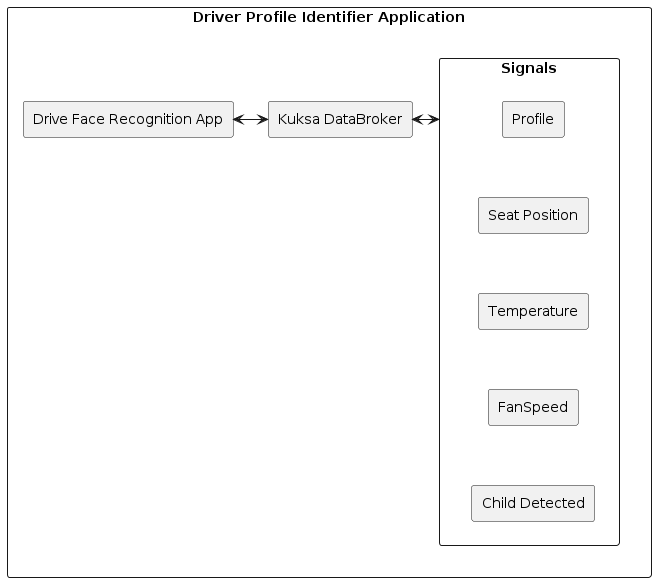
SherinJasper1506/beg_sdv_hackathon keeps this PlantUML diagram as python_sdv/doc/Sdv Driver profile Application.png. Above is the earlier version. Its diagram source:
```plantuml
@startuml Sdv Driver profile Application

rectangle "Driver Profile Identifier Application"{

    rectangle "Drive Face Recognition App" as driver_identifier_app
    rectangle "Kuksa DataBroker" as DataBroker
    rectangle "Signals"{
        rectangle "Profile" as DriverName
        rectangle "Seat Position" as SeatPosition
        rectangle "Temperature" as Temperature
        rectangle "FanSpeed" as FanSpeed
        rectangle "Child Detected" as ChildDetected

        SeatPosition -[hidden]up-> DriverName
        Temperature -[hidden]up-> SeatPosition
        FanSpeed -[hidden]up-> Temperature
        ChildDetected -[hidden]up-> FanSpeed

    }

    driver_identifier_app <-right-> DataBroker
    DataBroker <-right-> Signals
}

@enduml
```
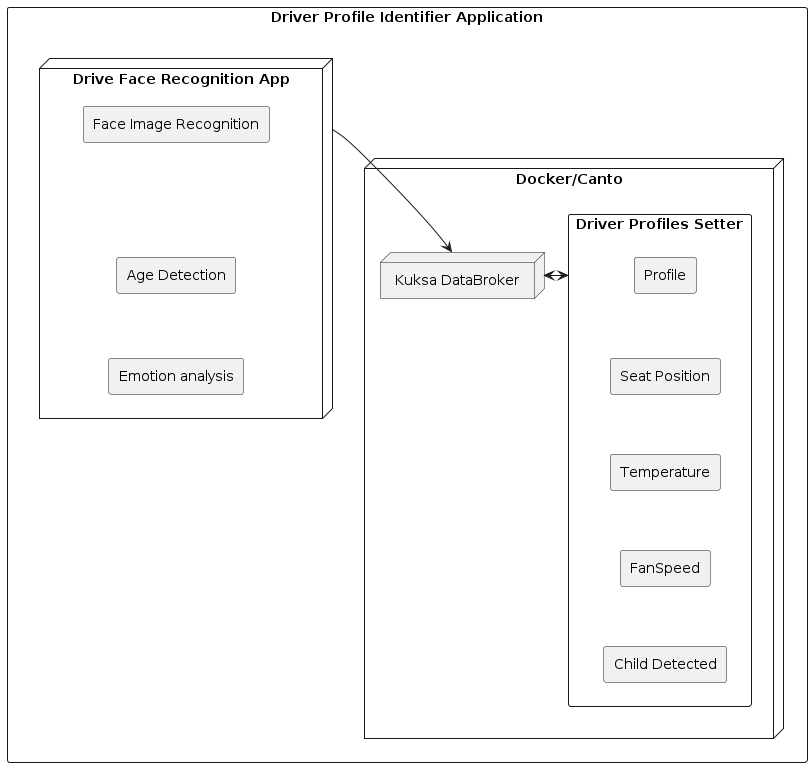
The same file after the commit.

Change to the diagram source:
```diff
@@ -1,25 +1,45 @@
 @startuml Sdv Driver profile Application
+
+skinparam SequenceMessageAlignment center
 
 rectangle "Driver Profile Identifier Application"{
 
-    rectangle "Drive Face Recognition App" as driver_identifier_app
-    rectangle "Kuksa DataBroker" as DataBroker
-    rectangle "Signals"{
-        rectangle "Profile" as DriverName
-        rectangle "Seat Position" as SeatPosition
-        rectangle "Temperature" as Temperature
-        rectangle "FanSpeed" as FanSpeed
-        rectangle "Child Detected" as ChildDetected
 
-        SeatPosition -[hidden]up-> DriverName
-        Temperature -[hidden]up-> SeatPosition
-        FanSpeed -[hidden]up-> Temperature
-        ChildDetected -[hidden]up-> FanSpeed
 
+    node "Drive Face Recognition App" as driver_identifier_app{
+        rectangle "Face Image Recognition" as image
+        rectangle "Age Detection" as age
+        rectangle "Emotion analysis" as emotion
+
+        image -[hidden]down-> age
+        age -[hidden]down-> emotion
     }
+    node "Docker/Canto" as Container{
+        node "Kuksa DataBroker" as DataBroker
 
-    driver_identifier_app <-right-> DataBroker
-    DataBroker <-right-> Signals
+        rectangle "Driver Profiles Setter" as signals{
+            rectangle "Profile" as DriverName
+            rectangle "Seat Position" as SeatPosition
+            rectangle "Temperature" as Temperature
+            rectangle "FanSpeed" as FanSpeed
+            rectangle "Child Detected" as ChildDetected
+
+            SeatPosition -[hidden]up-> DriverName
+            Temperature -[hidden]up-> SeatPosition
+            FanSpeed -[hidden]up-> Temperature
+            ChildDetected -[hidden]up-> FanSpeed
+
+        }
+    }
+    driver_identifier_app -[hidden]left-> DataBroker
+    DataBroker -[hidden]left-> signals
+    driver_identifier_app -[hidden]down-> signals
+    signals -[hidden]down-> DataBroker
+    driver_identifier_app -->DataBroker
+    DataBroker <--> signals
+
+
 }
 
+
 @enduml
```
